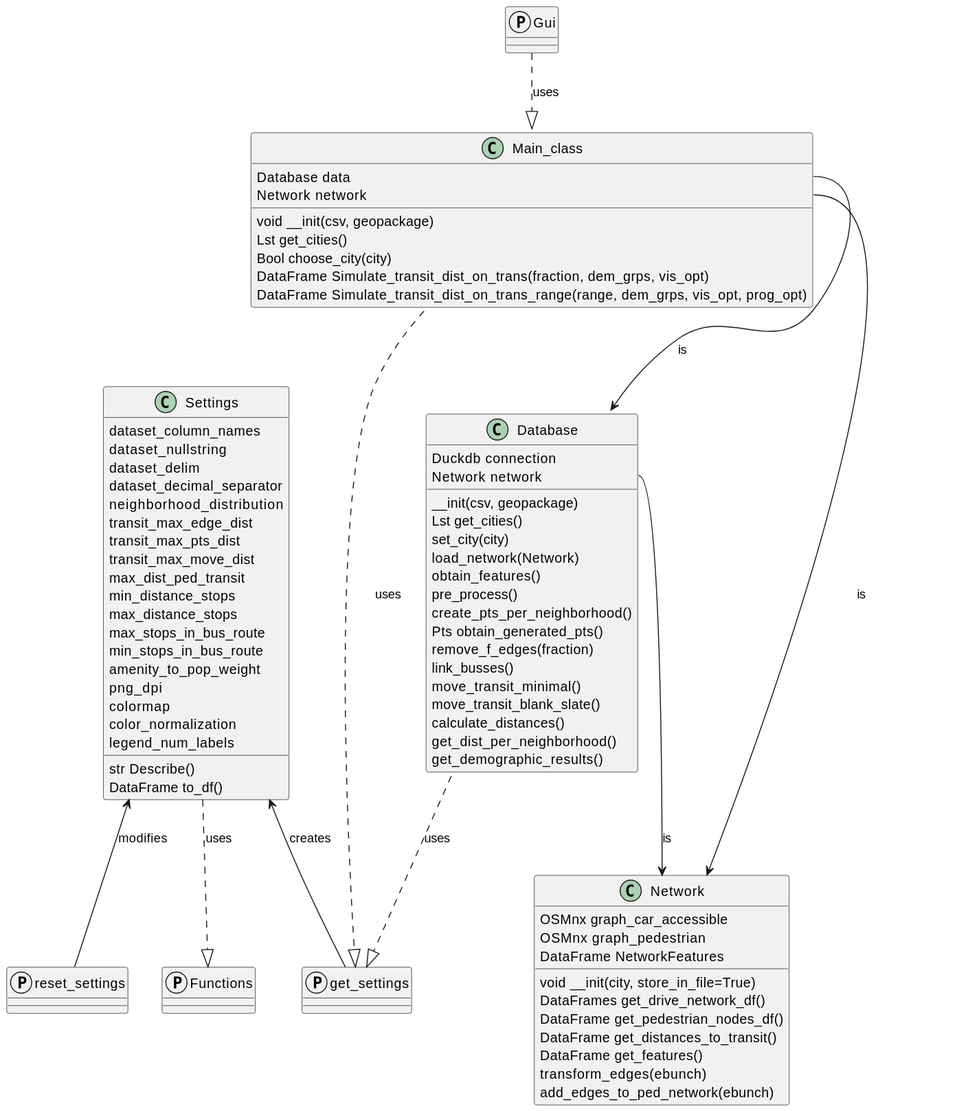
Before: Project-Overview/Design/Outer_design/UML tobias.svg, a diagram exported from PlantUML (Tobias0107/STDAP). Its diagram source:
```plantuml
@startuml
class Main_class {
    Database data
    Network network

    void __init(csv, geopackage)
    Lst get_cities()
    Bool choose_city(city)
    DataFrame Simulate_transit_dist_on_trans(fraction, dem_grps, vis_opt)
    DataFrame Simulate_transit_dist_on_trans_range(range, dem_grps, vis_opt, prog_opt)
}

class Database {
    Duckdb connection
    Network network

    __init(csv, geopackage)
    Lst get_cities()
    set_city(city)
    load_network(Network)
    obtain_features()
    pre_process()
    create_pts_per_neighborhood()
    Pts obtain_generated_pts()
    remove_f_edges(fraction)
    link_busses()
    move_transit_minimal()
    move_transit_blank_slate()
    calculate_distances()
    get_dist_per_neighborhood()
    get_demographic_results()
}

class Network {
    OSMnx graph_car_accessible
    OSMnx graph_pedestrian
    DataFrame NetworkFeatures
    void __init(city, store_in_file=True)
    DataFrames get_drive_network_df()
    DataFrame get_pedestrian_nodes_df()
    DataFrame get_distances_to_transit()
    DataFrame get_features()
    transform_edges(ebunch)
    add_edges_to_ped_network(ebunch)
}

class Settings {
    dataset_column_names
    dataset_nullstring
    dataset_delim
    dataset_decimal_separator
    neighborhood_distribution
    transit_max_edge_dist
    transit_max_pts_dist
    transit_max_move_dist
    max_dist_ped_transit
    min_distance_stops
    max_distance_stops
    max_stops_in_bus_route
    min_stops_in_bus_route
    amenity_to_pop_weight
    png_dpi
    colormap
    color_normalization
    legend_num_labels

    str Describe()
    DataFrame to_df()
}

protocol Functions
protocol get_settings
protocol reset_settings

protocol Gui

Main_class::data --> Database : is
Main_class::network --> Network : is
Main_class ..|> get_settings : uses
Database ..|> get_settings : uses
Settings ..|> Functions : uses
Settings <-- get_settings : creates
Settings <-- reset_settings : modifies

Database::network --> Network : is

Gui ..|> Main_class : uses
@enduml
```
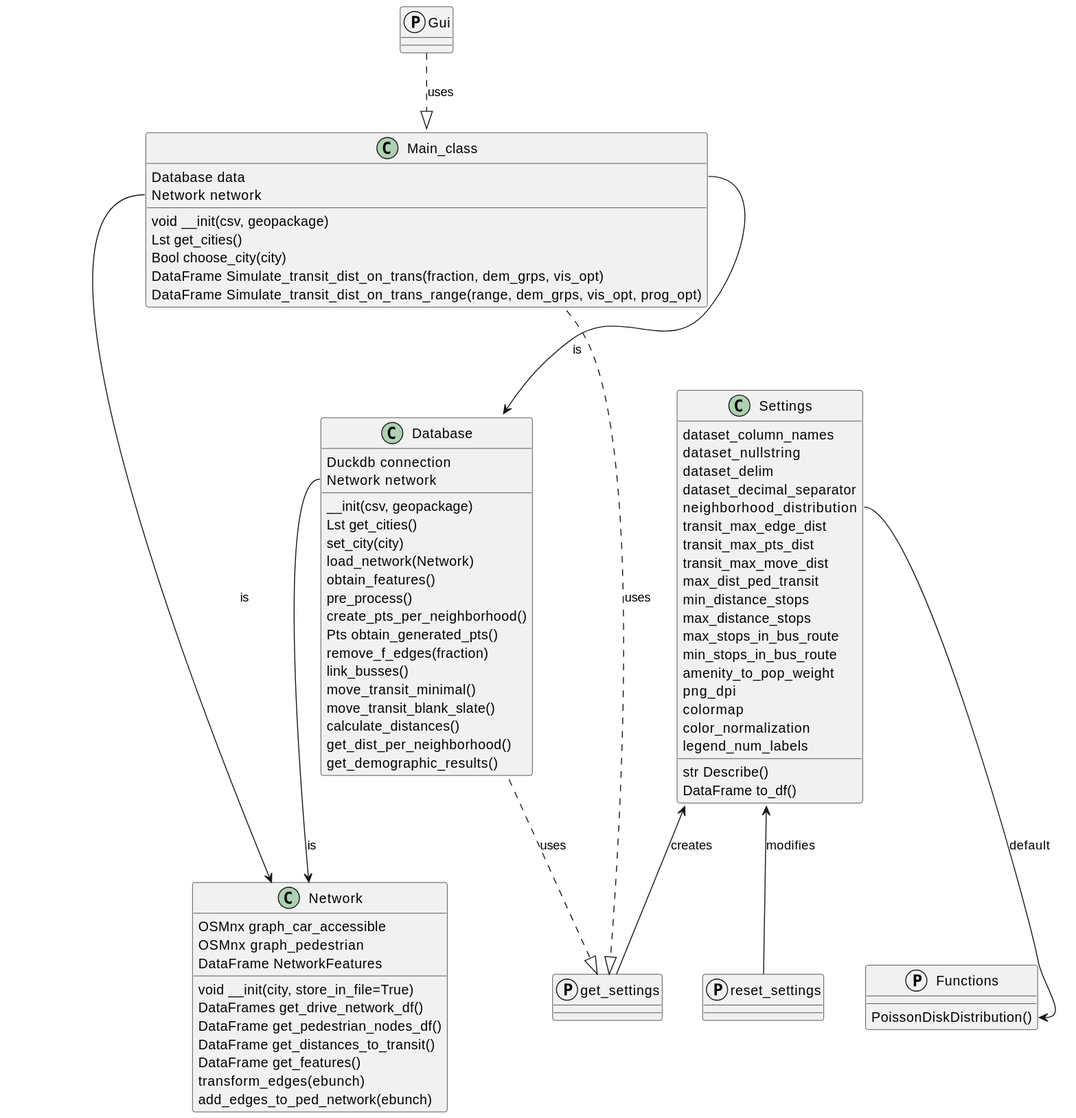
The same file after the commit.

Commit message:
Database tobias now up to date

Change to the diagram source:
```diff
@@ -68,7 +68,9 @@
     DataFrame to_df()
 }
 
-protocol Functions
+protocol Functions {
+    PoissonDiskDistribution()
+}
 protocol get_settings
 protocol reset_settings
 
@@ -78,7 +80,7 @@
 Main_class::network --> Network : is
 Main_class ..|> get_settings : uses
 Database ..|> get_settings : uses
-Settings ..|> Functions : uses
+Settings::neighborhood_distribution --> Functions::PoissonDiskDistribution : default
 Settings <-- get_settings : creates
 Settings <-- reset_settings : modifies
 
```
